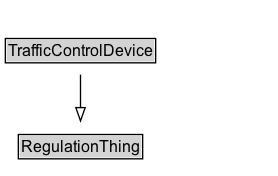
Before: docs/diagrams/TrafficControlDevice.dot.png, a diagram exported from Graphviz (k-vaughn/ontology-its-regulation). Its source is kept beside it as docs/diagrams/TrafficControlDevice.dot.
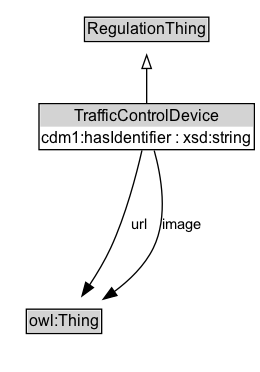
After the commit.

What changed in the source:
```diff
@@ -2,14 +2,23 @@
 	graph [overlap=false rankdir=TB splines=true]
 	node [fontname=Arial fontsize=12 margin=0 shape=none]
 	edge [fontname=Arial fontsize=11]
-	TrafficControlDevice [label=<<TABLE BORDER="1" CELLBORDER="0" CELLSPACING="0" CELLPADDING="1"><TR><TD BGCOLOR="lightgray" ALIGN="CENTER">TrafficControlDevice</TD></TR></TABLE>> URL="../TrafficControlDevice" margin=0]
+	{
+		rank=source
+		RegulationThing [label=<<TABLE BORDER="1" CELLBORDER="0" CELLSPACING="0" CELLPADDING="1"><TR><TD BGCOLOR="lightgray" ALIGN="CENTER">RegulationThing</TD></TR></TABLE>> URL="../RegulationThing" margin=0]
+	}
+	TrafficControlDevice [label=<<TABLE BORDER="1" CELLBORDER="0" CELLSPACING="0" CELLPADDING="1"><TR><TD BGCOLOR="lightgray" ALIGN="CENTER">TrafficControlDevice</TD></TR><TR><TD ALIGN="LEFT">cdm1:hasIdentifier : xsd:string</TD></TR></TABLE>> URL="../TrafficControlDevice" margin=0]
 	{
 		rank=max
 	}
 	subgraph cluster_associated {
 		label="" style=invis
 		Invis [label=<<TABLE BORDER="0" CELLBORDER="0" CELLSPACING="0" CELLPADDING="1"><TR><TD></TD></TR></TABLE>> margin=0 style=invis]
+		owl_Thing [label=<<TABLE BORDER="1" CELLBORDER="0" CELLSPACING="0" CELLPADDING="1"><TR><TD BGCOLOR="lightgray" ALIGN="CENTER">owl:Thing</TD></TR></TABLE>> URL="https://w3id.org/citydata/imported/owl/latest/Thing" margin=0]
 	}
-	RegulationThing [label=<<TABLE BORDER="1" CELLBORDER="0" CELLSPACING="0" CELLPADDING="1"><TR><TD BGCOLOR="lightgray" ALIGN="CENTER">RegulationThing</TD></TR></TABLE>> URL="../RegulationThing" margin=0]
 	TrafficControlDevice -> RegulationThing [arrowhead=onormal style=solid]
+	TrafficControlDevice -> Invis [style=invis]
+	Invis -> owl_Thing [style=invis]
+	owl_Thing [label=<<TABLE BORDER="1" CELLBORDER="0" CELLSPACING="0" CELLPADDING="1"><TR><TD BGCOLOR="lightgray" ALIGN="CENTER">owl:Thing</TD></TR></TABLE>> URL="https://w3id.org/citydata/imported/owl/latest/Thing" margin=0]
+	TrafficControlDevice -> owl_Thing [label=url arrowhead=normal style=solid]
+	TrafficControlDevice -> owl_Thing [label=image arrowhead=normal style=solid]
 }
```
